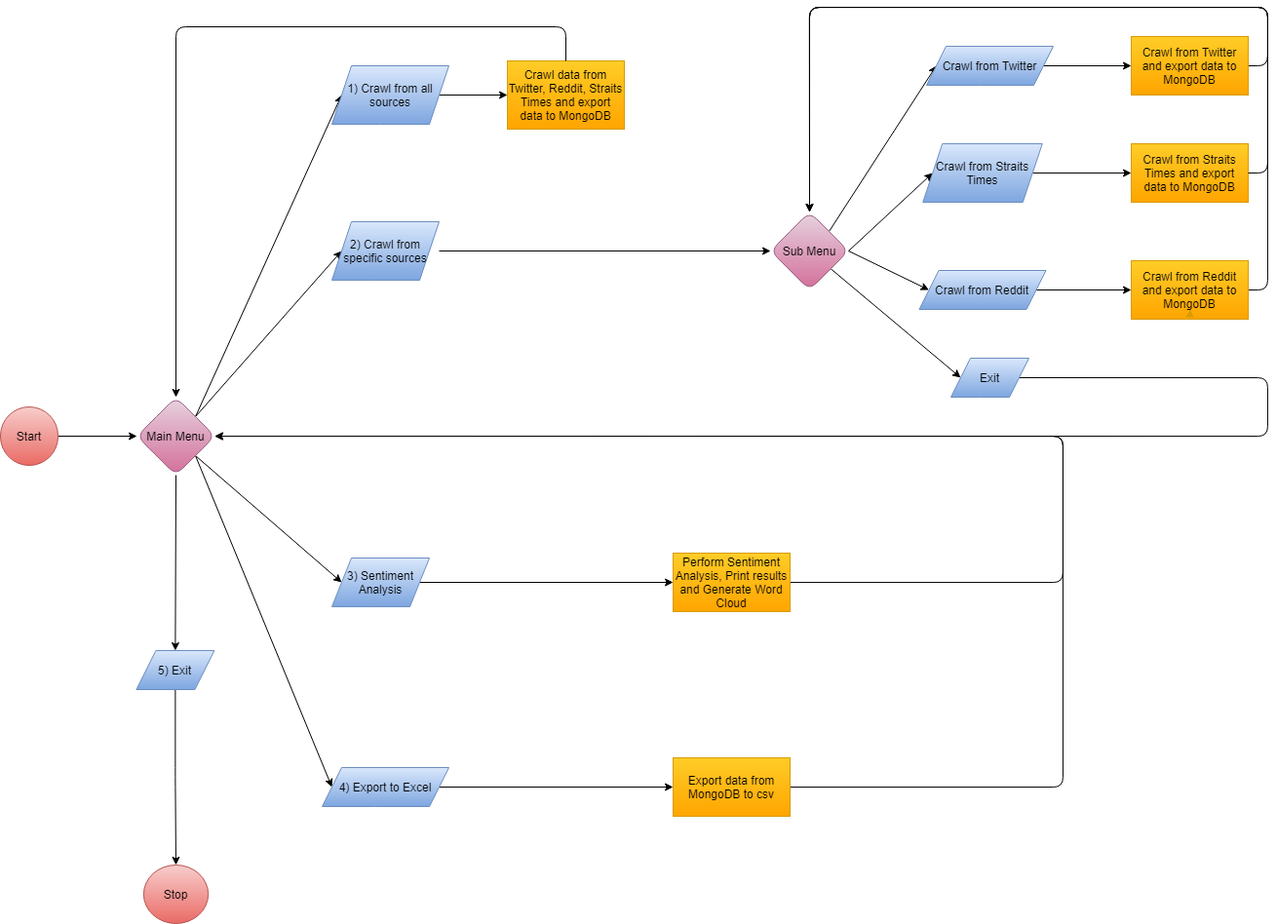
yxchia98/spooder keeps this draw.io diagram as Spooder/Untitled Diagram.png. Above is the earlier version. Source tidied: cells renumbered, new cells last; positions are measured from the earlier drawing's top-left corner, leaving out a move shared by most shapes.
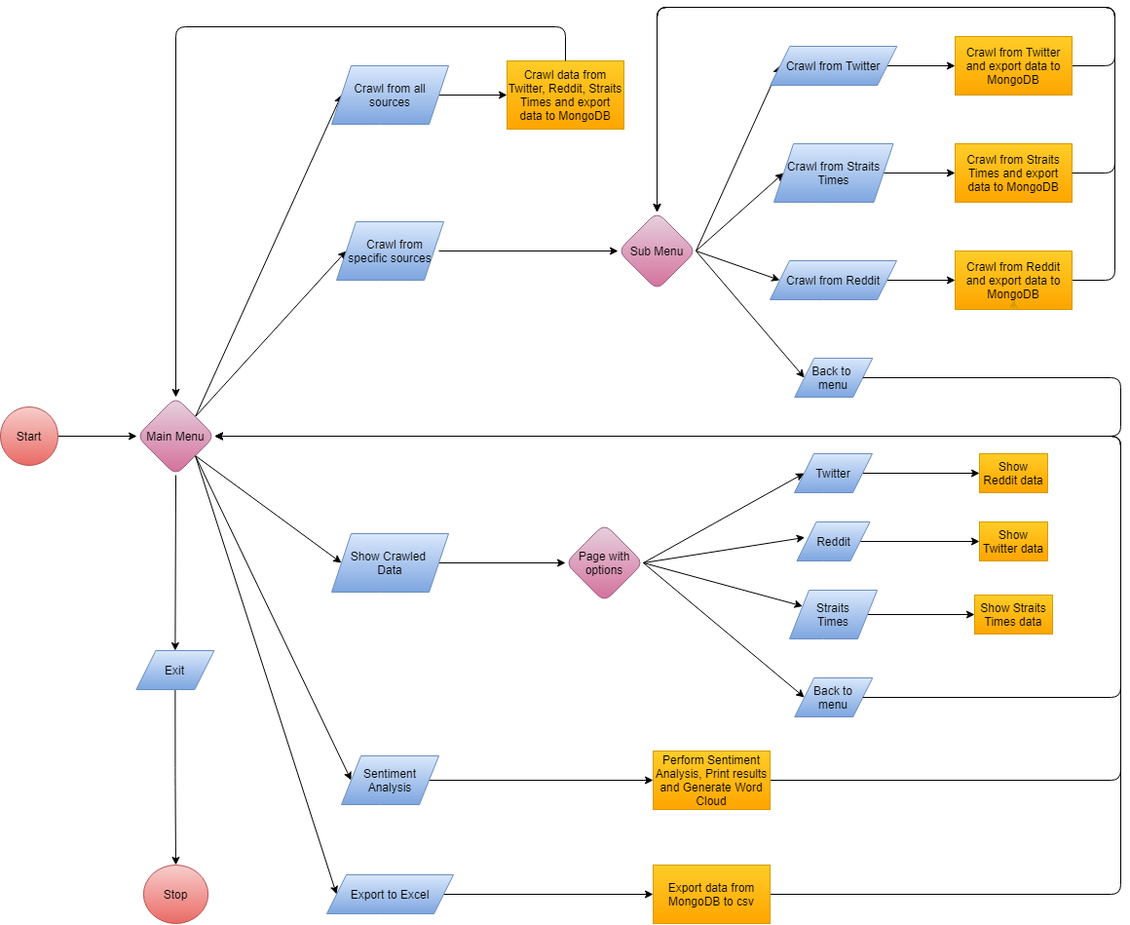
Above is the later version.

Diff of the diagram source:
```diff
@@ -12,3 +12,3 @@
       <mxGeometry relative="1" as="geometry">
-        <mxPoint x="450" y="250" as="sourcePoint" />
+        <mxPoint x="450" y="192" as="sourcePoint" />
       </mxGeometry>
@@ -19,3 +19,3 @@
     <mxCell id="6" value="Start" style="whiteSpace=wrap;html=1;rounded=1;arcSize=50;gradientColor=#ea6b66;fillColor=#f8cecc;strokeColor=#b85450;" parent="1" vertex="1">
-      <mxGeometry y="410" width="59" height="60" as="geometry" />
+      <mxGeometry y="352" width="59" height="60" as="geometry" />
     </mxCell>
@@ -40,9 +40,9 @@
     <mxCell id="13" value="Main Menu" style="rhombus;whiteSpace=wrap;html=1;rounded=1;gradientColor=#d5739d;fillColor=#e6d0de;strokeColor=#996185;" parent="1" vertex="1">
-      <mxGeometry x="140" y="400" width="80" height="80" as="geometry" />
+      <mxGeometry x="140" y="342" width="80" height="80" as="geometry" />
     </mxCell>
     <mxCell id="14" value="&lt;font style=&quot;font-size: 12px&quot;&gt;Stop&lt;/font&gt;" style="ellipse;whiteSpace=wrap;html=1;rounded=1;gradientColor=#ea6b66;fillColor=#f8cecc;strokeColor=#b85450;" parent="1" vertex="1">
-      <mxGeometry x="146.9" y="880" width="66.2" height="60" as="geometry" />
+      <mxGeometry x="146.9" y="822" width="66.2" height="60" as="geometry" />
     </mxCell>
     <mxCell id="15" value="Crawl data from Twitter, Reddit, Straits Times and export data to MongoDB" style="whiteSpace=wrap;html=1;arcSize=0;rounded=1;gradientColor=#ffa500;fillColor=#ffcd28;strokeColor=#d79b00;" parent="1" vertex="1">
-      <mxGeometry x="520" y="55" width="120" height="70" as="geometry" />
+      <mxGeometry x="520" y="-3" width="120" height="70" as="geometry" />
     </mxCell>
@@ -51,4 +51,4 @@
         <Array as="points">
-          <mxPoint x="580" y="20" />
-          <mxPoint x="180" y="20" />
+          <mxPoint x="580" y="-38" />
+          <mxPoint x="180" y="-38" />
         </Array>
@@ -59,5 +59,5 @@
         <Array as="points">
-          <mxPoint x="1300" y="60" />
-          <mxPoint x="1300" />
-          <mxPoint x="830" />
+          <mxPoint x="1144" y="2" />
+          <mxPoint x="1144" y="-58" />
+          <mxPoint x="674" y="-58" />
         </Array>
@@ -66,5 +66,5 @@
     <mxCell id="18" value="Crawl from Twitter and export data to MongoDB" style="whiteSpace=wrap;html=1;arcSize=0;rounded=1;gradientColor=#ffa500;fillColor=#ffcd28;strokeColor=#d79b00;" parent="1" vertex="1">
-      <mxGeometry x="1160" y="30" width="120" height="60" as="geometry" />
+      <mxGeometry x="980" y="-28" width="120" height="60" as="geometry" />
     </mxCell>
-    <mxCell id="19" style="endArrow=classic;html=1;exitX=1;exitY=0;exitDx=0;exitDy=0;entryX=0;entryY=0.5;entryDx=0;entryDy=0;" parent="1" edge="1" source="32" target="44">
+    <mxCell id="19" style="endArrow=classic;html=1;exitX=1;exitY=0.5;exitDx=0;exitDy=0;entryX=0;entryY=0.5;entryDx=0;entryDy=0;" parent="1" edge="1" source="32" target="44">
       <mxGeometry relative="1" as="geometry" />
@@ -74,6 +74,5 @@
         <Array as="points">
-          <mxPoint x="1300" y="290" />
-          <mxPoint x="1300" />
-          <mxPoint x="830" />
-          <mxPoint x="830" y="90" />
+          <mxPoint x="1144" y="222" />
+          <mxPoint x="1144" y="-58" />
+          <mxPoint x="674" y="-58" />
         </Array>
@@ -82,6 +81,6 @@
     <mxCell id="21" value="Crawl from Reddit and export data to MongoDB" style="whiteSpace=wrap;html=1;arcSize=0;rounded=1;gradientColor=#ffa500;fillColor=#ffcd28;strokeColor=#d79b00;" parent="1" vertex="1">
-      <mxGeometry x="1160" y="260" width="120" height="60" as="geometry" />
+      <mxGeometry x="980" y="192" width="120" height="60" as="geometry" />
     </mxCell>
     <mxCell id="22" value="Crawl from Straits Times and export data to MongoDB" style="whiteSpace=wrap;html=1;arcSize=0;rounded=1;gradientColor=#ffa500;fillColor=#ffcd28;strokeColor=#d79b00;" parent="1" vertex="1">
-      <mxGeometry x="1160" y="140" width="120" height="60" as="geometry" />
+      <mxGeometry x="980" y="82" width="120" height="60" as="geometry" />
     </mxCell>
@@ -93,7 +92,7 @@
     </mxCell>
-    <mxCell id="25" style="edgeStyle=orthogonalEdgeStyle;jettySize=auto;html=1;entryX=1;entryY=0.5;entryDx=0;entryDy=0;" parent="1" edge="1" source="26" target="13">
+    <mxCell id="25" style="edgeStyle=orthogonalEdgeStyle;jettySize=auto;html=1;entryX=1;entryY=0.5;entryDx=0;entryDy=0;exitX=1;exitY=0.5;exitDx=0;exitDy=0;" parent="1" edge="1" source="26" target="13">
       <mxGeometry relative="1" as="geometry">
         <Array as="points">
-          <mxPoint x="1090" y="590" />
-          <mxPoint x="1090" y="440" />
+          <mxPoint x="1150" y="735" />
+          <mxPoint x="1150" y="382" />
         </Array>
@@ -102,3 +101,3 @@
     <mxCell id="26" value="Perform Sentiment Analysis, Print results and Generate Word Cloud" style="whiteSpace=wrap;html=1;arcSize=0;rounded=1;gradientColor=#ffa500;fillColor=#ffcd28;strokeColor=#d79b00;" parent="1" vertex="1">
-      <mxGeometry x="690" y="560" width="120" height="60" as="geometry" />
+      <mxGeometry x="670" y="705" width="120" height="60" as="geometry" />
     </mxCell>
@@ -110,4 +109,4 @@
         <Array as="points">
-          <mxPoint x="1090" y="800" />
-          <mxPoint x="1090" y="440" />
+          <mxPoint x="1150" y="852" />
+          <mxPoint x="1150" y="382" />
         </Array>
@@ -116,13 +115,5 @@
     <mxCell id="29" value="Export data from MongoDB to csv" style="whiteSpace=wrap;html=1;arcSize=0;rounded=1;gradientColor=#ffa500;fillColor=#ffcd28;strokeColor=#d79b00;" parent="1" vertex="1">
-      <mxGeometry x="690" y="770" width="120" height="60" as="geometry" />
+      <mxGeometry x="670" y="822" width="120" height="60" as="geometry" />
     </mxCell>
-    <mxCell id="30" style="edgeStyle=orthogonalEdgeStyle;jettySize=auto;html=1;entryX=1;entryY=0.5;entryDx=0;entryDy=0;exitX=1;exitY=0.5;exitDx=0;exitDy=0;" parent="1" edge="1" source="38" target="13">
-      <mxGeometry relative="1" as="geometry">
-        <Array as="points">
-          <mxPoint x="1300" y="380" />
-          <mxPoint x="1300" y="440" />
-        </Array>
-      </mxGeometry>
-    </mxCell>
-    <mxCell id="31" style="endArrow=classic;html=1;entryX=0;entryY=0.5;entryDx=0;entryDy=0;" parent="1" edge="1" source="32" target="38">
+    <mxCell id="31" style="endArrow=classic;html=1;entryX=0;entryY=0.5;entryDx=0;entryDy=0;exitX=1;exitY=0.5;exitDx=0;exitDy=0;" parent="1" edge="1" source="32" target="38">
       <mxGeometry relative="1" as="geometry" />
@@ -130,3 +121,3 @@
     <mxCell id="32" value="Sub Menu" style="rhombus;whiteSpace=wrap;html=1;rounded=1;gradientColor=#d5739d;fillColor=#e6d0de;strokeColor=#996185;" parent="1" vertex="1">
-      <mxGeometry x="790" y="210" width="80" height="80" as="geometry" />
+      <mxGeometry x="634" y="152" width="80" height="80" as="geometry" />
     </mxCell>
@@ -141,19 +132,19 @@
     </mxCell>
-    <mxCell id="36" value="&lt;span&gt;1) Crawl from all sources&lt;/span&gt;" style="shape=parallelogram;perimeter=parallelogramPerimeter;whiteSpace=wrap;html=1;fixedSize=1;rounded=1;sketch=0;arcSize=0;gradientColor=#7ea6e0;fillColor=#dae8fc;strokeColor=#6c8ebf;" parent="1" vertex="1">
-      <mxGeometry x="340" y="60" width="120" height="60" as="geometry" />
+    <mxCell id="36" value="&lt;span&gt;Crawl from all sources&lt;/span&gt;" style="shape=parallelogram;perimeter=parallelogramPerimeter;whiteSpace=wrap;html=1;fixedSize=1;rounded=1;sketch=0;arcSize=0;gradientColor=#7ea6e0;fillColor=#dae8fc;strokeColor=#6c8ebf;" parent="1" vertex="1">
+      <mxGeometry x="340" y="2" width="120" height="60" as="geometry" />
     </mxCell>
-    <mxCell id="37" value="&lt;span&gt;2) Crawl from specific sources&lt;/span&gt;" style="shape=parallelogram;perimeter=parallelogramPerimeter;whiteSpace=wrap;html=1;fixedSize=1;rounded=1;sketch=0;arcSize=0;gradientColor=#7ea6e0;fillColor=#dae8fc;strokeColor=#6c8ebf;" parent="1" vertex="1">
-      <mxGeometry x="340" y="220" width="110" height="60" as="geometry" />
+    <mxCell id="37" value="&lt;span&gt;&amp;nbsp; &amp;nbsp;Crawl from specific sources&lt;/span&gt;" style="shape=parallelogram;perimeter=parallelogramPerimeter;whiteSpace=wrap;html=1;fixedSize=1;rounded=1;sketch=0;arcSize=0;gradientColor=#7ea6e0;fillColor=#dae8fc;strokeColor=#6c8ebf;" parent="1" vertex="1">
+      <mxGeometry x="345" y="162" width="110" height="60" as="geometry" />
     </mxCell>
-    <mxCell id="38" value="Exit" style="shape=parallelogram;perimeter=parallelogramPerimeter;whiteSpace=wrap;html=1;fixedSize=1;rounded=1;sketch=0;arcSize=0;gradientColor=#7ea6e0;fillColor=#dae8fc;strokeColor=#6c8ebf;" parent="1" vertex="1">
-      <mxGeometry x="975" y="360" width="80" height="40" as="geometry" />
+    <mxCell id="38" value="Back to &lt;br&gt;menu" style="shape=parallelogram;perimeter=parallelogramPerimeter;whiteSpace=wrap;html=1;fixedSize=1;rounded=1;sketch=0;arcSize=0;gradientColor=#7ea6e0;fillColor=#dae8fc;strokeColor=#6c8ebf;" parent="1" vertex="1">
+      <mxGeometry x="815.2" y="302" width="80" height="40" as="geometry" />
     </mxCell>
     <mxCell id="39" value="Crawl from Reddit" style="shape=parallelogram;perimeter=parallelogramPerimeter;whiteSpace=wrap;html=1;fixedSize=1;rounded=1;sketch=0;arcSize=0;gradientColor=#7ea6e0;fillColor=#dae8fc;strokeColor=#6c8ebf;" parent="1" vertex="1">
-      <mxGeometry x="942.5" y="270" width="130" height="40" as="geometry" />
+      <mxGeometry x="790" y="202" width="130" height="40" as="geometry" />
     </mxCell>
-    <mxCell id="40" value="&lt;span style=&quot;color: rgb(0 , 0 , 0) ; font-family: &amp;#34;helvetica&amp;#34; ; font-size: 12px ; font-style: normal ; font-weight: 400 ; letter-spacing: normal ; text-align: center ; text-indent: 0px ; text-transform: none ; word-spacing: 0px ; display: inline ; float: none&quot;&gt;4) Export to Excel&lt;/span&gt;" style="shape=parallelogram;perimeter=parallelogramPerimeter;whiteSpace=wrap;html=1;fixedSize=1;rounded=1;sketch=0;arcSize=0;gradientColor=#7ea6e0;fillColor=#dae8fc;strokeColor=#6c8ebf;" parent="1" vertex="1">
-      <mxGeometry x="330" y="780" width="130" height="40" as="geometry" />
+    <mxCell id="40" value="&lt;span style=&quot;color: rgb(0 , 0 , 0) ; font-family: &amp;#34;helvetica&amp;#34; ; font-size: 12px ; font-style: normal ; font-weight: 400 ; letter-spacing: normal ; text-align: center ; text-indent: 0px ; text-transform: none ; word-spacing: 0px ; display: inline ; float: none&quot;&gt;Export to Excel&lt;/span&gt;" style="shape=parallelogram;perimeter=parallelogramPerimeter;whiteSpace=wrap;html=1;fixedSize=1;rounded=1;sketch=0;arcSize=0;gradientColor=#7ea6e0;fillColor=#dae8fc;strokeColor=#6c8ebf;" parent="1" vertex="1">
+      <mxGeometry x="335" y="832" width="130" height="40" as="geometry" />
     </mxCell>
-    <mxCell id="41" value="&lt;div&gt;&lt;span style=&quot;font-family: &amp;#34;helvetica&amp;#34;&quot;&gt;3) Sentiment Analysis&lt;/span&gt;&lt;/div&gt;" style="shape=parallelogram;perimeter=parallelogramPerimeter;whiteSpace=wrap;html=1;fixedSize=1;rounded=1;sketch=0;arcSize=0;gradientColor=#7ea6e0;fillColor=#dae8fc;strokeColor=#6c8ebf;align=center;" parent="1" vertex="1">
-      <mxGeometry x="340" y="565" width="100" height="50" as="geometry" />
+    <mxCell id="41" value="&lt;div&gt;&lt;span style=&quot;font-family: &amp;#34;helvetica&amp;#34;&quot;&gt;Sentiment Analysis&lt;/span&gt;&lt;/div&gt;" style="shape=parallelogram;perimeter=parallelogramPerimeter;whiteSpace=wrap;html=1;fixedSize=1;rounded=1;sketch=0;arcSize=0;gradientColor=#7ea6e0;fillColor=#dae8fc;strokeColor=#6c8ebf;align=center;" parent="1" vertex="1">
+      <mxGeometry x="350" y="710" width="100" height="50" as="geometry" />
     </mxCell>
@@ -162,5 +153,5 @@
         <Array as="points">
-          <mxPoint x="1300" y="170" />
-          <mxPoint x="1300" />
-          <mxPoint x="830" />
+          <mxPoint x="1144" y="112" />
+          <mxPoint x="1144" y="-58" />
+          <mxPoint x="674" y="-58" />
         </Array>
@@ -169,9 +160,9 @@
     <mxCell id="43" value="Crawl from Straits Times" style="shape=parallelogram;perimeter=parallelogramPerimeter;whiteSpace=wrap;html=1;fixedSize=1;rounded=1;sketch=0;arcSize=0;gradientColor=#7ea6e0;fillColor=#dae8fc;strokeColor=#6c8ebf;" parent="1" vertex="1">
-      <mxGeometry x="946.2" y="140" width="122.5" height="60" as="geometry" />
+      <mxGeometry x="794" y="82" width="122.5" height="60" as="geometry" />
     </mxCell>
     <mxCell id="44" value="Crawl from Twitter" style="shape=parallelogram;perimeter=parallelogramPerimeter;whiteSpace=wrap;html=1;fixedSize=1;rounded=1;sketch=0;arcSize=0;gradientColor=#7ea6e0;fillColor=#dae8fc;strokeColor=#6c8ebf;" parent="1" vertex="1">
-      <mxGeometry x="950" y="40" width="130" height="40" as="geometry" />
+      <mxGeometry x="790.2" y="-18" width="130" height="40" as="geometry" />
     </mxCell>
-    <mxCell id="45" value="5) Exit" style="shape=parallelogram;perimeter=parallelogramPerimeter;whiteSpace=wrap;html=1;fixedSize=1;rounded=1;sketch=0;arcSize=0;gradientColor=#7ea6e0;fillColor=#dae8fc;strokeColor=#6c8ebf;" parent="1" vertex="1">
-      <mxGeometry x="139.4" y="660" width="80" height="40" as="geometry" />
+    <mxCell id="45" value="Exit" style="shape=parallelogram;perimeter=parallelogramPerimeter;whiteSpace=wrap;html=1;fixedSize=1;rounded=1;sketch=0;arcSize=0;gradientColor=#7ea6e0;fillColor=#dae8fc;strokeColor=#6c8ebf;" parent="1" vertex="1">
+      <mxGeometry x="139.4" y="602" width="80" height="40" as="geometry" />
     </mxCell>
@@ -180,2 +171,72 @@
     </mxCell>
+    <mxCell id="47" style="edgeStyle=orthogonalEdgeStyle;rounded=0;jettySize=auto;html=1;entryX=0;entryY=0.5;entryDx=0;entryDy=0;" parent="1" edge="1" source="48" target="49">
+      <mxGeometry relative="1" as="geometry" />
+    </mxCell>
+    <mxCell id="48" value="&lt;span&gt;Show Crawled &lt;br&gt;Data&lt;/span&gt;" style="shape=parallelogram;perimeter=parallelogramPerimeter;whiteSpace=wrap;html=1;fixedSize=1;rounded=1;sketch=0;arcSize=0;gradientColor=#7ea6e0;fillColor=#dae8fc;strokeColor=#6c8ebf;" parent="1" vertex="1">
+      <mxGeometry x="340" y="482" width="120" height="60" as="geometry" />
+    </mxCell>
+    <mxCell id="49" value="Page with options" style="rhombus;whiteSpace=wrap;html=1;rounded=1;gradientColor=#d5739d;fillColor=#e6d0de;strokeColor=#996185;" parent="1" vertex="1">
+      <mxGeometry x="580" y="472" width="80" height="80" as="geometry" />
+    </mxCell>
+    <mxCell id="50" style="edgeStyle=orthogonalEdgeStyle;rounded=0;jettySize=auto;html=1;" parent="1" edge="1" source="51" target="63">
+      <mxGeometry relative="1" as="geometry" />
+    </mxCell>
+    <mxCell id="51" value="Reddit" style="shape=parallelogram;perimeter=parallelogramPerimeter;whiteSpace=wrap;html=1;fixedSize=1;rounded=1;sketch=0;arcSize=0;gradientColor=#7ea6e0;fillColor=#dae8fc;strokeColor=#6c8ebf;" parent="1" vertex="1">
+      <mxGeometry x="817.5" y="470" width="75" height="40" as="geometry" />
+    </mxCell>
+    <mxCell id="52" style="edgeStyle=orthogonalEdgeStyle;rounded=0;jettySize=auto;html=1;" parent="1" edge="1" source="53" target="64">
+      <mxGeometry relative="1" as="geometry" />
+    </mxCell>
+    <mxCell id="53" value="Straits&lt;br&gt;Times" style="shape=parallelogram;perimeter=parallelogramPerimeter;whiteSpace=wrap;html=1;fixedSize=1;rounded=1;sketch=0;arcSize=0;gradientColor=#7ea6e0;fillColor=#dae8fc;strokeColor=#6c8ebf;" parent="1" vertex="1">
+      <mxGeometry x="810" y="540" width="90" height="50" as="geometry" />
+    </mxCell>
+    <mxCell id="30" style="edgeStyle=orthogonalEdgeStyle;jettySize=auto;html=1;entryX=1;entryY=0.5;entryDx=0;entryDy=0;exitX=1;exitY=0.5;exitDx=0;exitDy=0;" parent="1" edge="1" source="38" target="13">
+      <mxGeometry relative="1" as="geometry">
+        <Array as="points">
+          <mxPoint x="1150" y="322" />
+          <mxPoint x="1150" y="382" />
+        </Array>
+      </mxGeometry>
+    </mxCell>
+    <mxCell id="54" value="Back to&lt;br&gt;menu" style="shape=parallelogram;perimeter=parallelogramPerimeter;whiteSpace=wrap;html=1;fixedSize=1;rounded=1;sketch=0;arcSize=0;gradientColor=#7ea6e0;fillColor=#dae8fc;strokeColor=#6c8ebf;" parent="1" vertex="1">
+      <mxGeometry x="815.2" y="630" width="80" height="40" as="geometry" />
+    </mxCell>
+    <mxCell id="55" style="edgeStyle=orthogonalEdgeStyle;rounded=0;jettySize=auto;html=1;" parent="1" edge="1" source="56" target="62">
+      <mxGeometry relative="1" as="geometry" />
+    </mxCell>
+    <mxCell id="56" value="Twitter" style="shape=parallelogram;perimeter=parallelogramPerimeter;whiteSpace=wrap;html=1;fixedSize=1;rounded=1;sketch=0;arcSize=0;gradientColor=#7ea6e0;fillColor=#dae8fc;strokeColor=#6c8ebf;" parent="1" vertex="1">
+      <mxGeometry x="815" y="400" width="80" height="40" as="geometry" />
+    </mxCell>
+    <mxCell id="57" style="endArrow=classic;html=1;exitX=1;exitY=1;exitDx=0;exitDy=0;entryX=0;entryY=0.5;entryDx=0;entryDy=0;" parent="1" edge="1" source="13" target="48">
+      <mxGeometry relative="1" as="geometry" />
+    </mxCell>
+    <mxCell id="58" style="endArrow=classic;html=1;exitX=1;exitY=0.5;exitDx=0;exitDy=0;" parent="1" edge="1" source="49" target="53">
+      <mxGeometry relative="1" as="geometry" />
+    </mxCell>
+    <mxCell id="59" style="endArrow=classic;html=1;exitX=1;exitY=0.5;exitDx=0;exitDy=0;entryX=0;entryY=0.5;entryDx=0;entryDy=0;" parent="1" edge="1" source="49" target="56">
+      <mxGeometry relative="1" as="geometry" />
+    </mxCell>
+    <mxCell id="60" style="endArrow=classic;html=1;entryX=0.109;entryY=0.398;entryDx=0;entryDy=0;entryPerimeter=0;exitX=1;exitY=0.5;exitDx=0;exitDy=0;" parent="1" edge="1" source="49" target="51">
+      <mxGeometry relative="1" as="geometry" />
+    </mxCell>
+    <mxCell id="61" style="endArrow=classic;html=1;exitX=1;exitY=0.5;exitDx=0;exitDy=0;entryX=0;entryY=0.5;entryDx=0;entryDy=0;" parent="1" edge="1" source="49" target="54">
+      <mxGeometry relative="1" as="geometry" />
+    </mxCell>
+    <mxCell id="62" value="Show Reddit data" style="whiteSpace=wrap;html=1;arcSize=0;rounded=1;gradientColor=#ffa500;fillColor=#ffcd28;strokeColor=#d79b00;" parent="1" vertex="1">
+      <mxGeometry x="1005" y="400" width="70" height="40" as="geometry" />
+    </mxCell>
+    <mxCell id="63" value="Show Twitter data" style="whiteSpace=wrap;html=1;arcSize=0;rounded=1;gradientColor=#ffa500;fillColor=#ffcd28;strokeColor=#d79b00;" parent="1" vertex="1">
+      <mxGeometry x="1005" y="470" width="70" height="40" as="geometry" />
+    </mxCell>
+    <mxCell id="64" value="Show Straits Times data" style="whiteSpace=wrap;html=1;arcSize=0;rounded=1;gradientColor=#ffa500;fillColor=#ffcd28;strokeColor=#d79b00;" parent="1" vertex="1">
+      <mxGeometry x="1000" y="545" width="80" height="40" as="geometry" />
+    </mxCell>
+    <mxCell id="65" style="edgeStyle=orthogonalEdgeStyle;jettySize=auto;html=1;entryX=1;entryY=0.5;entryDx=0;entryDy=0;exitX=1;exitY=0.5;exitDx=0;exitDy=0;" parent="1" edge="1" source="54" target="13">
+      <mxGeometry relative="1" as="geometry">
+        <Array as="points">
+          <mxPoint x="1150" y="650" />
+          <mxPoint x="1150" y="382" />
+        </Array>
+      </mxGeometry>
+    </mxCell>
   </root>
```
